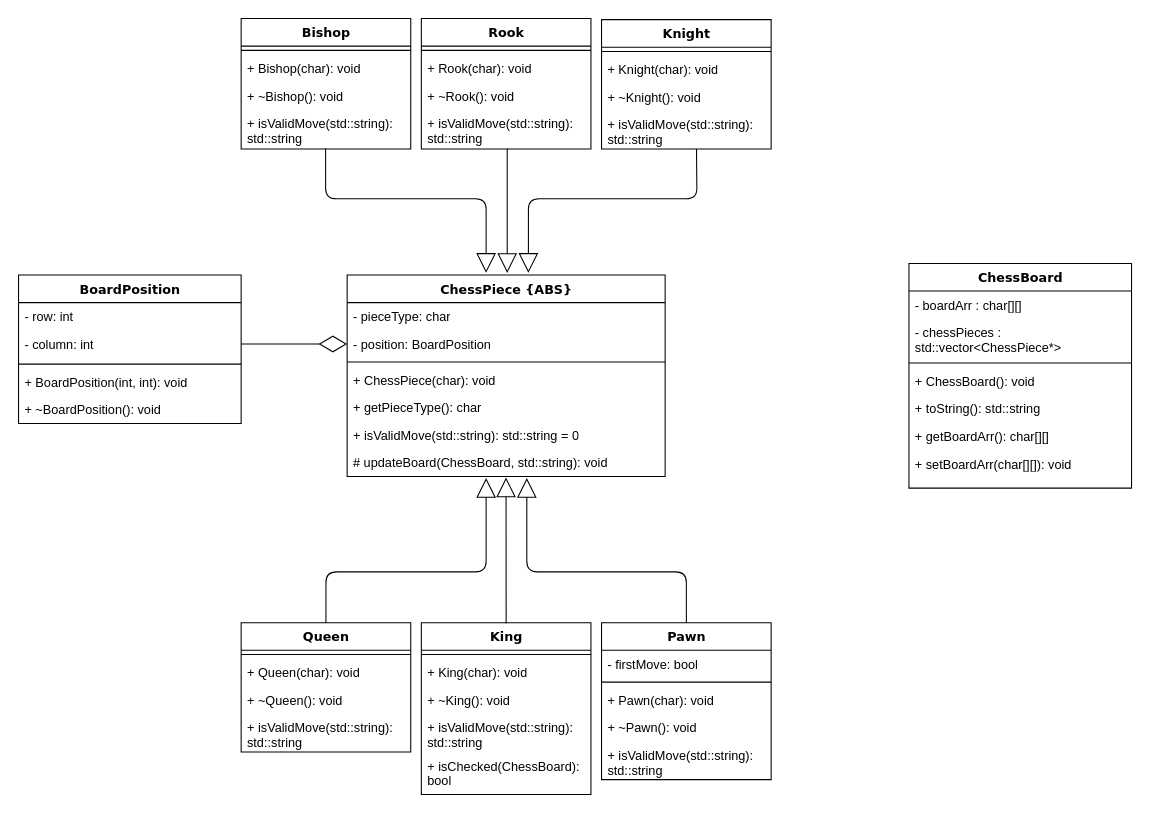
Earlier version of the draw.io diagram ChessUML.drawio (Mono2202/Chess). Source tidied: cells renumbered, new cells numbered last; positions are measured from the earlier drawing's top-left corner, leaving out a move shared by most shapes. Both pictures are drawn from the tidied source at 106%, with x=0, y=0 at pixel (18, 18).
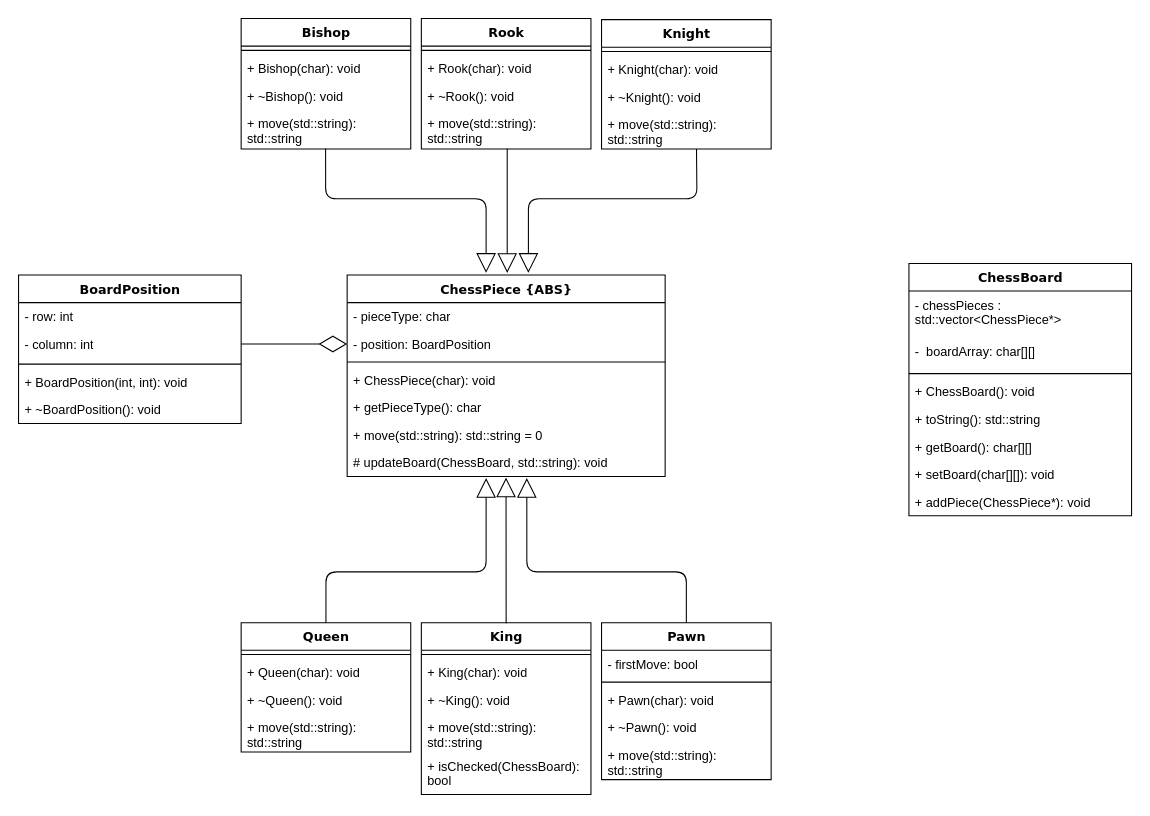
The same diagram, later.

The change refers to these unchanged cells:
```xml
<mxCell id="2" value="ChessPiece {ABS}" style="swimlane;html=1;fontStyle=1;align=center;verticalAlign=top;horizontal=1;startSize=26;swimlaneFillColor=#ffffff;rounded=0;shadow=0;comic=0;labelBackgroundColor=none;strokeWidth=1;fillColor=none;fontFamily=Verdana;fontSize=12;" parent="1" vertex="1">
  <mxGeometry x="310" y="242" width="300" height="190" as="geometry" />
</mxCell>
<mxCell id="18" value="Bishop" style="swimlane;html=1;fontStyle=1;align=center;verticalAlign=top;horizontal=1;startSize=26;swimlaneFillColor=#ffffff;rounded=0;shadow=0;comic=0;labelBackgroundColor=none;strokeWidth=1;fillColor=none;fontFamily=Verdana;fontSize=12;" parent="1" vertex="1">
  <mxGeometry x="210" width="160" height="123" as="geometry" />
</mxCell>
<mxCell id="23" value="Rook" style="swimlane;html=1;fontStyle=1;align=center;verticalAlign=top;horizontal=1;startSize=26;swimlaneFillColor=#ffffff;rounded=0;shadow=0;comic=0;labelBackgroundColor=none;strokeWidth=1;fillColor=none;fontFamily=Verdana;fontSize=12;" parent="1" vertex="1">
  <mxGeometry x="380" width="160" height="123" as="geometry" />
</mxCell>
<mxCell id="28" value="Knight" style="swimlane;html=1;fontStyle=1;align=center;verticalAlign=top;horizontal=1;startSize=26;swimlaneFillColor=#ffffff;rounded=0;shadow=0;comic=0;labelBackgroundColor=none;strokeWidth=1;fillColor=none;fontFamily=Verdana;fontSize=12;" parent="1" vertex="1">
  <mxGeometry x="550" y="1" width="160" height="122" as="geometry" />
</mxCell>
<mxCell id="34" value="King" style="swimlane;html=1;fontStyle=1;align=center;verticalAlign=top;horizontal=1;startSize=26;swimlaneFillColor=#ffffff;rounded=0;shadow=0;comic=0;labelBackgroundColor=none;strokeWidth=1;fillColor=none;fontFamily=Verdana;fontSize=12;" parent="33" vertex="1">
  <mxGeometry x="170" y="48" width="160" height="162" as="geometry" />
</mxCell>
<mxCell id="40" value="Pawn" style="swimlane;html=1;fontStyle=1;align=center;verticalAlign=top;horizontal=1;startSize=26;swimlaneFillColor=#ffffff;rounded=0;shadow=0;comic=0;labelBackgroundColor=none;strokeWidth=1;fillColor=none;fontFamily=Verdana;fontSize=12;" parent="33" vertex="1">
  <mxGeometry x="340" y="48" width="160" height="148" as="geometry" />
</mxCell>
<mxCell id="46" value="Queen" style="swimlane;html=1;fontStyle=1;align=center;verticalAlign=top;horizontal=1;startSize=26;swimlaneFillColor=#ffffff;rounded=0;shadow=0;comic=0;labelBackgroundColor=none;strokeWidth=1;fillColor=none;fontFamily=Verdana;fontSize=12;" parent="33" vertex="1">
  <mxGeometry y="48" width="160" height="122" as="geometry" />
</mxCell>
```

What changed in the source:
```diff
@@
-    <mxCell id="8" value="+ isValidMove(std::string): std::string = 0" style="text;html=1;strokeColor=none;fillColor=none;align=left;verticalAlign=top;spacingLeft=4;spacingRight=4;whiteSpace=wrap;overflow=hidden;" parent="2" vertex="1">
+    <mxCell id="8" value="+ move(std::string): std::string = 0" style="text;html=1;strokeColor=none;fillColor=none;align=left;verticalAlign=top;spacingLeft=4;spacingRight=4;whiteSpace=wrap;overflow=hidden;" parent="2" vertex="1">
       <mxGeometry y="138" width="300" height="26" as="geometry" />
     </mxCell>
@@
     <mxCell id="10" value="ChessBoard" style="swimlane;html=1;fontStyle=1;align=center;verticalAlign=top;horizontal=1;startSize=26;swimlaneFillColor=#ffffff;rounded=0;shadow=0;comic=0;labelBackgroundColor=none;strokeWidth=1;fillColor=none;fontFamily=Verdana;fontSize=12;" parent="1" vertex="1">
-      <mxGeometry x="840" y="231" width="210" height="212" as="geometry" />
+      <mxGeometry x="840" y="231" width="210" height="238" as="geometry" />
     </mxCell>
-    <mxCell id="11" value="- boardArr : char[][]" style="text;html=1;strokeColor=none;fillColor=none;align=left;verticalAlign=top;spacingLeft=4;spacingRight=4;whiteSpace=wrap;overflow=hidden;" parent="10" vertex="1">
-      <mxGeometry y="26" width="210" height="26" as="geometry" />
-    </mxCell>
     <mxCell id="12" value="- chessPieces : std::vector&amp;lt;ChessPiece*&amp;gt;" style="text;html=1;strokeColor=none;fillColor=none;align=left;verticalAlign=top;spacingLeft=4;spacingRight=4;whiteSpace=wrap;overflow=hidden;" parent="10" vertex="1">
-      <mxGeometry y="52" width="210" height="38" as="geometry" />
+      <mxGeometry y="26" width="210" height="44" as="geometry" />
     </mxCell>
+    <mxCell id="64" value="-&amp;nbsp; boardArray: char[][]" style="text;html=1;strokeColor=none;fillColor=none;align=left;verticalAlign=top;spacingLeft=4;spacingRight=4;whiteSpace=wrap;overflow=hidden;" parent="10" vertex="1">
+      <mxGeometry y="70" width="210" height="30" as="geometry" />
+    </mxCell>
     <mxCell id="13" style="line;html=1;strokeWidth=1;fillColor=none;align=left;verticalAlign=middle;spacingTop=-1;spacingLeft=3;spacingRight=3;labelPosition=right;" parent="10" vertex="1">
-      <mxGeometry y="90" width="210" height="8" as="geometry" />
+      <mxGeometry y="100" width="210" height="8" as="geometry" />
     </mxCell>
     <mxCell id="14" value="+ ChessBoard(): void" style="text;html=1;strokeColor=none;fillColor=none;align=left;verticalAlign=top;spacingLeft=4;spacingRight=4;whiteSpace=wrap;overflow=hidden;" parent="10" vertex="1">
-      <mxGeometry y="98" width="210" height="26" as="geometry" />
+      <mxGeometry y="108" width="210" height="26" as="geometry" />
     </mxCell>
     <mxCell id="15" value="+ toString(): std::string" style="text;html=1;strokeColor=none;fillColor=none;align=left;verticalAlign=top;spacingLeft=4;spacingRight=4;whiteSpace=wrap;overflow=hidden;" parent="10" vertex="1">
-      <mxGeometry y="124" width="210" height="26" as="geometry" />
+      <mxGeometry y="134" width="210" height="26" as="geometry" />
     </mxCell>
-    <mxCell id="16" value="+ getBoardArr(): char[][]" style="text;html=1;strokeColor=none;fillColor=none;align=left;verticalAlign=top;spacingLeft=4;spacingRight=4;whiteSpace=wrap;overflow=hidden;" parent="10" vertex="1">
-      <mxGeometry y="150" width="210" height="26" as="geometry" />
+    <mxCell id="16" value="+ getBoard(): char[][]" style="text;html=1;strokeColor=none;fillColor=none;align=left;verticalAlign=top;spacingLeft=4;spacingRight=4;whiteSpace=wrap;overflow=hidden;" parent="10" vertex="1">
+      <mxGeometry y="160" width="210" height="26" as="geometry" />
     </mxCell>
+    <mxCell id="65" value="+ setBoard(char[][]): void" style="text;html=1;strokeColor=none;fillColor=none;align=left;verticalAlign=top;spacingLeft=4;spacingRight=4;whiteSpace=wrap;overflow=hidden;" parent="10" vertex="1">
+      <mxGeometry y="186" width="210" height="26" as="geometry" />
+    </mxCell>
-    <mxCell id="17" value="+ setBoardArr(char[][]): void" style="text;html=1;strokeColor=none;fillColor=none;align=left;verticalAlign=top;spacingLeft=4;spacingRight=4;whiteSpace=wrap;overflow=hidden;" parent="10" vertex="1">
-      <mxGeometry y="176" width="210" height="26" as="geometry" />
+    <mxCell id="17" value="+ addPiece(ChessPiece*): void" style="text;html=1;strokeColor=none;fillColor=none;align=left;verticalAlign=top;spacingLeft=4;spacingRight=4;whiteSpace=wrap;overflow=hidden;" parent="10" vertex="1">
+      <mxGeometry y="212" width="210" height="26" as="geometry" />
     </mxCell>
@@
-    <mxCell id="22" value="+ isValidMove(std::string): std::string" style="text;html=1;strokeColor=none;fillColor=none;align=left;verticalAlign=top;spacingLeft=4;spacingRight=4;whiteSpace=wrap;overflow=hidden;points=[[0,0.5],[1,0.5]];portConstraint=eastwest;" parent="18" vertex="1">
+    <mxCell id="22" value="+ move(std::string): std::string" style="text;html=1;strokeColor=none;fillColor=none;align=left;verticalAlign=top;spacingLeft=4;spacingRight=4;whiteSpace=wrap;overflow=hidden;points=[[0,0.5],[1,0.5]];portConstraint=eastwest;" parent="18" vertex="1">
       <mxGeometry y="86" width="160" height="36" as="geometry" />
     </mxCell>
@@
-    <mxCell id="27" value="+ isValidMove(std::string): std::string" style="text;html=1;strokeColor=none;fillColor=none;align=left;verticalAlign=top;spacingLeft=4;spacingRight=4;whiteSpace=wrap;overflow=hidden;" parent="23" vertex="1">
+    <mxCell id="27" value="+ move(std::string): std::string" style="text;html=1;strokeColor=none;fillColor=none;align=left;verticalAlign=top;spacingLeft=4;spacingRight=4;whiteSpace=wrap;overflow=hidden;" parent="23" vertex="1">
       <mxGeometry y="86" width="160" height="36" as="geometry" />
     </mxCell>
@@
-    <mxCell id="32" value="+ isValidMove(std::string): std::string" style="text;html=1;strokeColor=none;fillColor=none;align=left;verticalAlign=top;spacingLeft=4;spacingRight=4;whiteSpace=wrap;overflow=hidden;points=[[0,0.5],[1,0.5]];portConstraint=eastwest;" parent="28" vertex="1">
+    <mxCell id="32" value="+ move(std::string): std::string" style="text;html=1;strokeColor=none;fillColor=none;align=left;verticalAlign=top;spacingLeft=4;spacingRight=4;whiteSpace=wrap;overflow=hidden;points=[[0,0.5],[1,0.5]];portConstraint=eastwest;" parent="28" vertex="1">
       <mxGeometry y="86" width="160" height="36" as="geometry" />
     </mxCell>
@@
-    <mxCell id="38" value="+ isValidMove(std::string): std::string" style="text;html=1;strokeColor=none;fillColor=none;align=left;verticalAlign=top;spacingLeft=4;spacingRight=4;whiteSpace=wrap;overflow=hidden;" parent="34" vertex="1">
+    <mxCell id="38" value="+ move(std::string): std::string" style="text;html=1;strokeColor=none;fillColor=none;align=left;verticalAlign=top;spacingLeft=4;spacingRight=4;whiteSpace=wrap;overflow=hidden;" parent="34" vertex="1">
       <mxGeometry y="86" width="160" height="36" as="geometry" />
     </mxCell>
@@
-    <mxCell id="45" value="+ isValidMove(std::string): std::string" style="text;html=1;strokeColor=none;fillColor=none;align=left;verticalAlign=top;spacingLeft=4;spacingRight=4;whiteSpace=wrap;overflow=hidden;" parent="40" vertex="1">
+    <mxCell id="45" value="+ move(std::string): std::string" style="text;html=1;strokeColor=none;fillColor=none;align=left;verticalAlign=top;spacingLeft=4;spacingRight=4;whiteSpace=wrap;overflow=hidden;" parent="40" vertex="1">
       <mxGeometry y="112" width="160" height="36" as="geometry" />
     </mxCell>
@@
-    <mxCell id="50" value="+ isValidMove(std::string): std::string" style="text;html=1;strokeColor=none;fillColor=none;align=left;verticalAlign=top;spacingLeft=4;spacingRight=4;whiteSpace=wrap;overflow=hidden;" parent="46" vertex="1">
+    <mxCell id="50" value="+ move(std::string): std::string" style="text;html=1;strokeColor=none;fillColor=none;align=left;verticalAlign=top;spacingLeft=4;spacingRight=4;whiteSpace=wrap;overflow=hidden;" parent="46" vertex="1">
       <mxGeometry y="86" width="160" height="36" as="geometry" />
     </mxCell>
```
